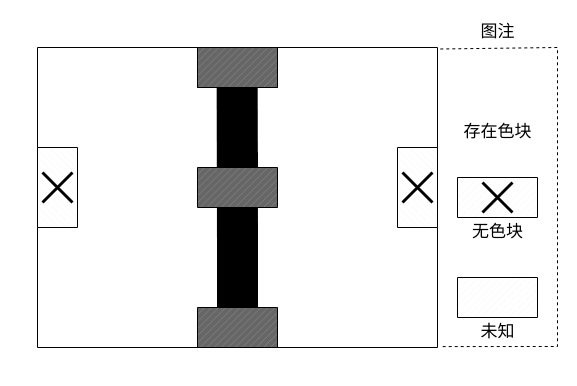
Above: Untitled Diagram9.drawio in Thomas-Pynchon/Thomas-Pynchon.github.io (draw.io), before the change. Source tidied: cells renumbered, new cells numbered last; positions are measured from the earlier drawing's top-left corner, leaving out a move shared by most shapes. Both pictures are drawn from the tidied source at 100%, with x=0, y=0 at pixel (17, 17).
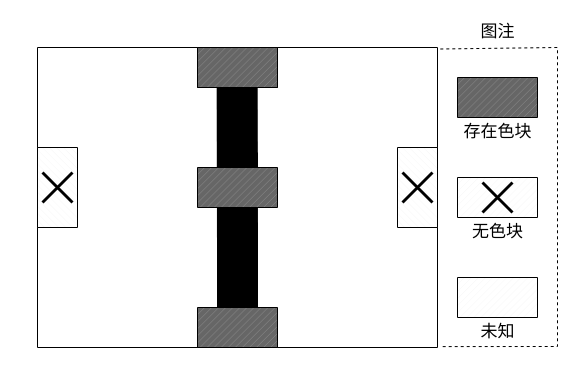
Above is the later version.

Change to the diagram source:
```diff
@@
+    <mxCell id="23" style="verticalLabelPosition=bottom;verticalAlign=top;html=1;shape=mxgraph.basic.patternFillRect;fillStyle=diag;step=5;fillStrokeWidth=0.2;fillStrokeColor=#dddddd;fillColor=#666666;direction=west;" parent="1" vertex="1">
+      <mxGeometry x="440" y="60" width="80" height="40" as="geometry" />
+    </mxCell>
```
